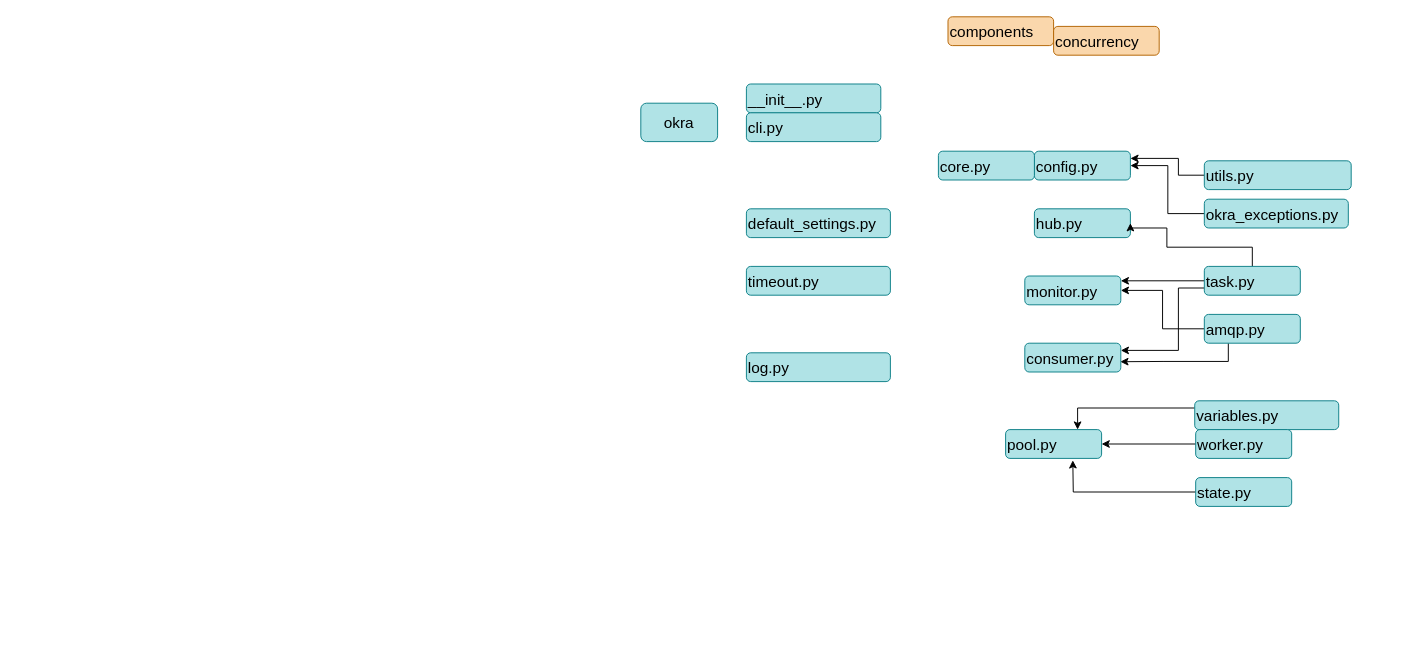
The draw.io diagram assets/drawio/okra.drawio in atanx/atanx.github.io, before the edit. Source tidied: cells renumbered, new cells numbered last; positions are measured from the earlier drawing's top-left corner, leaving out a move shared by most shapes. Both pictures are drawn from the tidied source at 96%, with x=0, y=0 at pixel (640, 16).
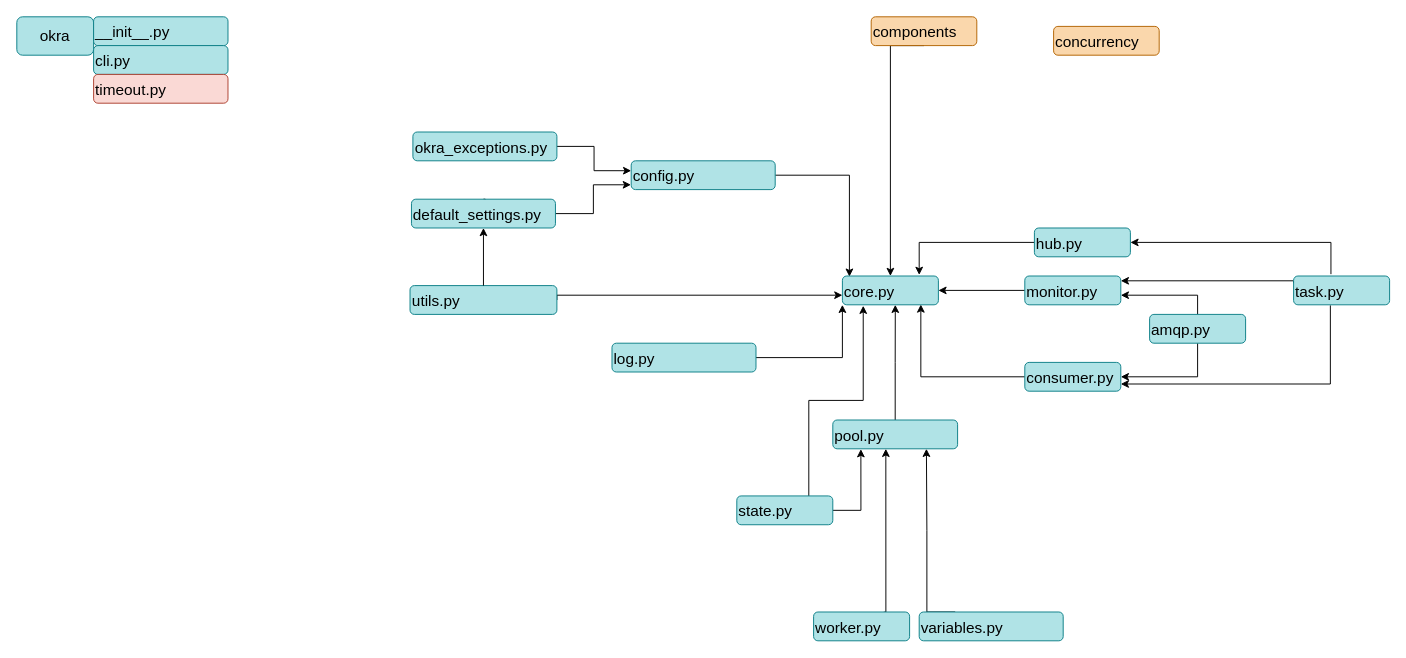
Above is the later version.

Unchanged cells that the change refers to:
```xml
<mxCell id="14" value="monitor.py" style="text;html=1;rounded=1;fillColor=#b0e3e6;strokeColor=#0e8088;fontSize=16;" parent="1" vertex="1">
  <mxGeometry x="400" y="270" width="100" height="30" as="geometry" />
</mxCell>
```

Diff of the diagram source:
```diff
@@
     <mxCell id="2" value="okra" style="rounded=1;whiteSpace=wrap;html=1;fillColor=#b0e3e6;strokeColor=#0e8088;fontSize=16;" parent="1" vertex="1">
-      <mxGeometry y="90" width="80" height="40" as="geometry" />
+      <mxGeometry x="-650" width="80" height="40" as="geometry" />
     </mxCell>
     <mxCell id="3" value="__init__.py" style="text;html=1;rounded=1;fillColor=#b0e3e6;strokeColor=#0e8088;fontSize=16;" parent="1" vertex="1">
-      <mxGeometry x="110" y="70" width="140" height="30" as="geometry" />
+      <mxGeometry x="-570" width="140" height="30" as="geometry" />
     </mxCell>
-    <mxCell id="4" style="edgeStyle=orthogonalEdgeStyle;rounded=0;jettySize=auto;html=1;exitX=0;exitY=0.5;exitDx=0;exitDy=0;entryX=1;entryY=0.5;entryDx=0;entryDy=0;fontSize=16;" parent="1" edge="1" source="6" target="14">
-      <mxGeometry relative="1" as="geometry" />
-    </mxCell>
-    <mxCell id="5" style="edgeStyle=orthogonalEdgeStyle;rounded=0;jettySize=auto;html=1;exitX=0.25;exitY=1;exitDx=0;exitDy=0;entryX=0.995;entryY=0.643;entryDx=0;entryDy=0;entryPerimeter=0;fontSize=16;" parent="1" edge="1" source="6" target="9">
-      <mxGeometry relative="1" as="geometry">
-        <Array as="points">
-          <mxPoint x="612" y="359" />
-          <mxPoint x="544" y="359" />
-        </Array>
-      </mxGeometry>
+    <mxCell id="5" style="edgeStyle=orthogonalEdgeStyle;rounded=0;jettySize=auto;html=1;exitX=0.5;exitY=1;exitDx=0;exitDy=0;entryX=1;entryY=0.5;entryDx=0;entryDy=0;fontSize=16;" parent="1" edge="1" source="6" target="9">
+      <mxGeometry relative="1" as="geometry" />
     </mxCell>
+    <mxCell id="33" style="edgeStyle=orthogonalEdgeStyle;rounded=0;jettySize=auto;html=1;exitX=0.5;exitY=0;exitDx=0;exitDy=0;fontSize=16;" parent="1" edge="1" source="6">
+      <mxGeometry relative="1" as="geometry">
+        <mxPoint x="500" y="290" as="targetPoint" />
+        <Array as="points">
+          <mxPoint x="580" y="290" />
+          <mxPoint x="500" y="290" />
+        </Array>
+      </mxGeometry>
+    </mxCell>
     <mxCell id="6" value="amqp.py" style="text;html=1;rounded=1;fillColor=#b0e3e6;strokeColor=#0e8088;fontSize=16;" parent="1" vertex="1">
-      <mxGeometry x="587" y="310" width="100" height="30" as="geometry" />
+      <mxGeometry x="530" y="310" width="100" height="30" as="geometry" />
     </mxCell>
     <mxCell id="7" value="cli.py" style="text;html=1;rounded=1;fillColor=#b0e3e6;strokeColor=#0e8088;fontSize=16;" parent="1" vertex="1">
-      <mxGeometry x="110" y="100" width="140" height="30" as="geometry" />
+      <mxGeometry x="-570" y="30" width="140" height="30" as="geometry" />
     </mxCell>
+    <mxCell id="34" style="edgeStyle=orthogonalEdgeStyle;rounded=0;jettySize=auto;html=1;exitX=1;exitY=0.5;exitDx=0;exitDy=0;fontSize=16;entryX=0.073;entryY=0.024;entryDx=0;entryDy=0;entryPerimeter=0;" parent="1" edge="1" source="8" target="10">
+      <mxGeometry relative="1" as="geometry" />
+    </mxCell>
     <mxCell id="8" value="config.py" style="text;html=1;rounded=1;fillColor=#b0e3e6;strokeColor=#0e8088;fontSize=16;" parent="1" vertex="1">
-      <mxGeometry x="410" y="140" width="100" height="30" as="geometry" />
+      <mxGeometry x="-10" y="150" width="150" height="30" as="geometry" />
     </mxCell>
+    <mxCell id="35" style="edgeStyle=orthogonalEdgeStyle;rounded=0;jettySize=auto;html=1;exitX=0;exitY=0.5;exitDx=0;exitDy=0;entryX=0.817;entryY=0.989;entryDx=0;entryDy=0;entryPerimeter=0;fontSize=16;" parent="1" edge="1" source="9" target="10">
+      <mxGeometry relative="1" as="geometry" />
+    </mxCell>
     <mxCell id="9" value="consumer.py" style="text;html=1;rounded=1;fillColor=#b0e3e6;strokeColor=#0e8088;fontSize=16;" parent="1" vertex="1">
-      <mxGeometry x="400" y="340" width="100" height="30" as="geometry" />
+      <mxGeometry x="400" y="360" width="100" height="30" as="geometry" />
     </mxCell>
     <mxCell id="10" value="core.py" style="text;html=1;rounded=1;fillColor=#b0e3e6;strokeColor=#0e8088;fontSize=16;" parent="1" vertex="1">
-      <mxGeometry x="310" y="140" width="100" height="30" as="geometry" />
+      <mxGeometry x="210" y="270" width="100" height="30" as="geometry" />
     </mxCell>
-    <mxCell id="11" value="default_settings.py" style="text;html=1;rounded=1;fillColor=#b0e3e6;strokeColor=#0e8088;fontSize=16;" parent="1" vertex="1">
-      <mxGeometry x="110" y="200" width="150" height="30" as="geometry" />
-    </mxCell>
+    <mxCell id="36" style="edgeStyle=orthogonalEdgeStyle;rounded=0;jettySize=auto;html=1;exitX=1;exitY=0.5;exitDx=0;exitDy=0;fontSize=16;entryX=-0.002;entryY=0.833;entryDx=0;entryDy=0;entryPerimeter=0;" parent="1" edge="1" source="11" target="8">
+      <mxGeometry relative="1" as="geometry" />
+    </mxCell>
+    <mxCell id="37" style="edgeStyle=orthogonalEdgeStyle;rounded=0;jettySize=auto;html=1;exitX=0;exitY=0.5;exitDx=0;exitDy=0;entryX=0.8;entryY=-0.038;entryDx=0;entryDy=0;entryPerimeter=0;fontSize=16;" parent="1" edge="1" source="12" target="10">
+      <mxGeometry relative="1" as="geometry" />
+    </mxCell>
     <mxCell id="12" value="hub.py" style="text;html=1;rounded=1;fillColor=#b0e3e6;strokeColor=#0e8088;fontSize=16;" parent="1" vertex="1">
-      <mxGeometry x="410" y="200" width="100" height="30" as="geometry" />
+      <mxGeometry x="410" y="220" width="100" height="30" as="geometry" />
     </mxCell>
+    <mxCell id="38" style="edgeStyle=orthogonalEdgeStyle;rounded=0;jettySize=auto;html=1;exitX=1;exitY=0.5;exitDx=0;exitDy=0;entryX=0;entryY=1;entryDx=0;entryDy=0;fontSize=16;" parent="1" edge="1" source="13" target="10">
+      <mxGeometry relative="1" as="geometry" />
+    </mxCell>
     <mxCell id="13" value="log.py" style="text;html=1;rounded=1;fillColor=#b0e3e6;strokeColor=#0e8088;fontSize=16;" parent="1" vertex="1">
-      <mxGeometry x="110" y="350" width="150" height="30" as="geometry" />
+      <mxGeometry x="-30" y="340" width="150" height="30" as="geometry" />
     </mxCell>
+    <mxCell id="39" style="edgeStyle=orthogonalEdgeStyle;rounded=0;jettySize=auto;html=1;exitX=0;exitY=0.5;exitDx=0;exitDy=0;entryX=1;entryY=0.5;entryDx=0;entryDy=0;fontSize=16;" parent="1" edge="1" source="14" target="10">
+      <mxGeometry relative="1" as="geometry" />
+    </mxCell>
@@
-    <mxCell id="15" style="edgeStyle=orthogonalEdgeStyle;rounded=0;jettySize=auto;html=1;exitX=0;exitY=0.5;exitDx=0;exitDy=0;entryX=1;entryY=0.5;entryDx=0;entryDy=0;fontSize=16;" parent="1" edge="1" source="16" target="8">
-      <mxGeometry relative="1" as="geometry">
-        <Array as="points">
-          <mxPoint x="549" y="205" />
-          <mxPoint x="549" y="155" />
-        </Array>
-      </mxGeometry>
+    <mxCell id="15" style="edgeStyle=orthogonalEdgeStyle;rounded=0;jettySize=auto;html=1;exitX=1;exitY=0.5;exitDx=0;exitDy=0;entryX=0;entryY=0.344;entryDx=0;entryDy=0;fontSize=16;entryPerimeter=0;" parent="1" edge="1" source="16" target="8">
+      <mxGeometry relative="1" as="geometry" />
     </mxCell>
     <mxCell id="16" value="okra_exceptions.py" style="text;html=1;rounded=1;fillColor=#b0e3e6;strokeColor=#0e8088;fontSize=16;" parent="1" vertex="1">
-      <mxGeometry x="587" y="190" width="150" height="30" as="geometry" />
+      <mxGeometry x="-237.4" y="120" width="150" height="30" as="geometry" />
     </mxCell>
+    <mxCell id="40" style="edgeStyle=orthogonalEdgeStyle;rounded=0;jettySize=auto;html=1;exitX=0.5;exitY=0;exitDx=0;exitDy=0;entryX=0.551;entryY=1;entryDx=0;entryDy=0;entryPerimeter=0;fontSize=16;" parent="1" edge="1" source="17" target="10">
+      <mxGeometry relative="1" as="geometry" />
+    </mxCell>
     <mxCell id="17" value="pool.py" style="text;html=1;rounded=1;fillColor=#b0e3e6;strokeColor=#0e8088;fontSize=16;" parent="1" vertex="1">
-      <mxGeometry x="380" y="430" width="100" height="30" as="geometry" />
+      <mxGeometry x="200" y="420" width="130" height="30" as="geometry" />
     </mxCell>
-    <mxCell id="18" style="edgeStyle=orthogonalEdgeStyle;rounded=0;jettySize=auto;html=1;exitX=0;exitY=0.5;exitDx=0;exitDy=0;fontSize=16;" parent="1" edge="1" source="19">
-      <mxGeometry relative="1" as="geometry">
-        <mxPoint x="450" y="462" as="targetPoint" />
-      </mxGeometry>
-    </mxCell>
+    <mxCell id="41" style="edgeStyle=orthogonalEdgeStyle;rounded=0;jettySize=auto;html=1;exitX=0.75;exitY=0;exitDx=0;exitDy=0;entryX=0.217;entryY=1.033;entryDx=0;entryDy=0;entryPerimeter=0;fontSize=16;" parent="1" edge="1" source="19" target="10">
+      <mxGeometry relative="1" as="geometry" />
+    </mxCell>
+    <mxCell id="42" style="edgeStyle=orthogonalEdgeStyle;rounded=0;jettySize=auto;html=1;exitX=1;exitY=0.5;exitDx=0;exitDy=0;entryX=0.225;entryY=1.013;entryDx=0;entryDy=0;entryPerimeter=0;fontSize=16;" parent="1" edge="1" source="19" target="17">
+      <mxGeometry relative="1" as="geometry" />
+    </mxCell>
     <mxCell id="19" value="state.py" style="text;html=1;rounded=1;fillColor=#b0e3e6;strokeColor=#0e8088;fontSize=16;" parent="1" vertex="1">
-      <mxGeometry x="578" y="480" width="100" height="30" as="geometry" />
+      <mxGeometry x="100" y="499.1" width="100" height="30" as="geometry" />
     </mxCell>
-    <mxCell id="20" style="edgeStyle=orthogonalEdgeStyle;rounded=0;jettySize=auto;html=1;exitX=0.5;exitY=0;exitDx=0;exitDy=0;entryX=1;entryY=0.5;entryDx=0;entryDy=0;fontSize=16;" parent="1" edge="1" source="23" target="12">
+    <mxCell id="20" style="edgeStyle=orthogonalEdgeStyle;rounded=0;jettySize=auto;html=1;exitX=0.389;exitY=-0.064;exitDx=0;exitDy=0;entryX=1;entryY=0.5;entryDx=0;entryDy=0;fontSize=16;exitPerimeter=0;" parent="1" edge="1" source="23" target="12">
       <mxGeometry relative="1" as="geometry">
         <Array as="points">
-          <mxPoint x="637" y="240" />
-          <mxPoint x="548" y="240" />
-          <mxPoint x="548" y="220" />
-          <mxPoint x="510" y="220" />
+          <mxPoint x="719" y="235" />
         </Array>
       </mxGeometry>
     </mxCell>
-    <mxCell id="21" style="edgeStyle=orthogonalEdgeStyle;rounded=0;jettySize=auto;html=1;exitX=0;exitY=0.5;exitDx=0;exitDy=0;fontSize=16;" parent="1" edge="1" source="23" target="14">
+    <mxCell id="21" style="edgeStyle=orthogonalEdgeStyle;rounded=0;jettySize=auto;html=1;exitX=0;exitY=0.25;exitDx=0;exitDy=0;fontSize=16;" parent="1" edge="1" source="23" target="14">
       <mxGeometry relative="1" as="geometry">
         <Array as="points">
-          <mxPoint x="460" y="275" />
+          <mxPoint x="680" y="275" />
         </Array>
       </mxGeometry>
     </mxCell>
-    <mxCell id="22" style="edgeStyle=orthogonalEdgeStyle;rounded=0;jettySize=auto;html=1;exitX=0;exitY=0.75;exitDx=0;exitDy=0;entryX=1;entryY=0.25;entryDx=0;entryDy=0;fontSize=16;" parent="1" edge="1" source="23" target="9">
-      <mxGeometry relative="1" as="geometry">
-        <Array as="points">
-          <mxPoint x="560" y="283" />
-          <mxPoint x="560" y="347" />
-        </Array>
-      </mxGeometry>
+    <mxCell id="22" style="edgeStyle=orthogonalEdgeStyle;rounded=0;jettySize=auto;html=1;exitX=0.383;exitY=1.019;exitDx=0;exitDy=0;entryX=1;entryY=0.75;entryDx=0;entryDy=0;fontSize=16;exitPerimeter=0;" parent="1" edge="1" source="23" target="9">
+      <mxGeometry relative="1" as="geometry" />
     </mxCell>
     <mxCell id="23" value="task.py" style="text;html=1;rounded=1;fillColor=#b0e3e6;strokeColor=#0e8088;fontSize=16;" parent="1" vertex="1">
-      <mxGeometry x="587" y="260" width="100" height="30" as="geometry" />
+      <mxGeometry x="680" y="270" width="100" height="30" as="geometry" />
     </mxCell>
-    <mxCell id="24" value="timeout.py" style="text;html=1;rounded=1;fillColor=#b0e3e6;strokeColor=#0e8088;fontSize=16;" parent="1" vertex="1">
-      <mxGeometry x="110" y="260" width="150" height="30" as="geometry" />
+    <mxCell id="24" value="timeout.py" style="text;html=1;rounded=1;fillColor=#fad9d5;strokeColor=#ae4132;fontSize=16;" parent="1" vertex="1">
+      <mxGeometry x="-570" y="60" width="140" height="30" as="geometry" />
     </mxCell>
-    <mxCell id="25" style="edgeStyle=orthogonalEdgeStyle;rounded=0;jettySize=auto;html=1;exitX=0;exitY=0.5;exitDx=0;exitDy=0;entryX=1;entryY=0.25;entryDx=0;entryDy=0;fontSize=16;" parent="1" edge="1" source="26" target="8">
-      <mxGeometry relative="1" as="geometry">
-        <Array as="points">
-          <mxPoint x="560" y="165" />
-          <mxPoint x="560" y="148" />
-        </Array>
-      </mxGeometry>
-    </mxCell>
+    <mxCell id="43" style="edgeStyle=orthogonalEdgeStyle;rounded=0;jettySize=auto;html=1;exitX=1;exitY=0.5;exitDx=0;exitDy=0;fontSize=16;" parent="1" edge="1" source="26">
+      <mxGeometry relative="1" as="geometry">
+        <mxPoint x="210" y="290" as="targetPoint" />
+        <Array as="points">
+          <mxPoint x="-88" y="290" />
+          <mxPoint x="210" y="290" />
+        </Array>
+      </mxGeometry>
+    </mxCell>
+    <mxCell id="44" style="edgeStyle=orthogonalEdgeStyle;rounded=0;jettySize=auto;html=1;exitX=0.5;exitY=0;exitDx=0;exitDy=0;fontSize=16;" parent="1" edge="1" source="11">
+      <mxGeometry relative="1" as="geometry">
+        <mxPoint x="-162" y="211" as="targetPoint" />
+      </mxGeometry>
+    </mxCell>
     <mxCell id="26" value="utils.py" style="text;html=1;rounded=1;fillColor=#b0e3e6;strokeColor=#0e8088;fontSize=16;" parent="1" vertex="1">
-      <mxGeometry x="587" y="150" width="153" height="30" as="geometry" />
+      <mxGeometry x="-240.4" y="280" width="153" height="30" as="geometry" />
     </mxCell>
-    <mxCell id="27" style="edgeStyle=orthogonalEdgeStyle;rounded=0;jettySize=auto;html=1;exitX=0;exitY=0.25;exitDx=0;exitDy=0;entryX=0.75;entryY=0;entryDx=0;entryDy=0;fontSize=16;" parent="1" edge="1" source="28" target="17">
-      <mxGeometry relative="1" as="geometry" />
+    <mxCell id="27" style="edgeStyle=orthogonalEdgeStyle;rounded=0;jettySize=auto;html=1;exitX=0.25;exitY=0;exitDx=0;exitDy=0;entryX=0.75;entryY=1;entryDx=0;entryDy=0;fontSize=16;" parent="1" edge="1" source="28" target="17">
+      <mxGeometry relative="1" as="geometry">
+        <Array as="points">
+          <mxPoint x="298" y="620" />
+          <mxPoint x="298" y="535" />
+        </Array>
+      </mxGeometry>
     </mxCell>
     <mxCell id="28" value="variables.py" style="text;html=1;rounded=1;fillColor=#b0e3e6;strokeColor=#0e8088;fontSize=16;" parent="1" vertex="1">
-      <mxGeometry x="577" y="400" width="150" height="30" as="geometry" />
+      <mxGeometry x="290" y="620" width="150" height="30" as="geometry" />
     </mxCell>
-    <mxCell id="29" style="edgeStyle=orthogonalEdgeStyle;rounded=0;jettySize=auto;html=1;exitX=0;exitY=0.5;exitDx=0;exitDy=0;fontSize=16;" parent="1" edge="1" source="30">
-      <mxGeometry relative="1" as="geometry">
-        <mxPoint x="480" y="445" as="targetPoint" />
-        <Array as="points">
-          <mxPoint x="480" y="445" />
-        </Array>
-      </mxGeometry>
-    </mxCell>
+    <mxCell id="45" style="edgeStyle=orthogonalEdgeStyle;rounded=0;jettySize=auto;html=1;exitX=0.731;exitY=0.007;exitDx=0;exitDy=0;fontSize=16;entryX=0.425;entryY=1;entryDx=0;entryDy=0;entryPerimeter=0;exitPerimeter=0;" parent="1" edge="1" source="30" target="17">
+      <mxGeometry relative="1" as="geometry">
+        <Array as="points">
+          <mxPoint x="255" y="620" />
+        </Array>
+      </mxGeometry>
+    </mxCell>
     <mxCell id="30" value="worker.py" style="text;html=1;rounded=1;fillColor=#b0e3e6;strokeColor=#0e8088;fontSize=16;" parent="1" vertex="1">
-      <mxGeometry x="578" y="430" width="100" height="30" as="geometry" />
+      <mxGeometry x="180" y="620" width="100" height="30" as="geometry" />
     </mxCell>
+    <mxCell id="46" style="edgeStyle=orthogonalEdgeStyle;rounded=0;jettySize=auto;html=1;exitX=0.5;exitY=1;exitDx=0;exitDy=0;entryX=0.5;entryY=0;entryDx=0;entryDy=0;fontSize=16;" parent="1" edge="1" source="31" target="10">
+      <mxGeometry relative="1" as="geometry">
+        <Array as="points">
+          <mxPoint x="260" y="30" />
+        </Array>
+      </mxGeometry>
+    </mxCell>
     <mxCell id="31" value="components" style="text;html=1;fontSize=16;fillColor=#fad7ac;strokeColor=#b46504;rounded=1;" parent="1" vertex="1">
-      <mxGeometry x="320" width="110" height="30" as="geometry" />
+      <mxGeometry x="240" width="110" height="30" as="geometry" />
     </mxCell>
@@
+    <mxCell id="11" value="default_settings.py" style="text;html=1;rounded=1;fillColor=#b0e3e6;strokeColor=#0e8088;fontSize=16;" parent="1" vertex="1">
+      <mxGeometry x="-238.9" y="190" width="150" height="30" as="geometry" />
+    </mxCell>
+    <mxCell id="47" style="edgeStyle=orthogonalEdgeStyle;rounded=0;jettySize=auto;html=1;exitX=0.5;exitY=0;exitDx=0;exitDy=0;fontSize=16;" parent="1" edge="1" source="26" target="11">
+      <mxGeometry relative="1" as="geometry" />
+    </mxCell>
```
